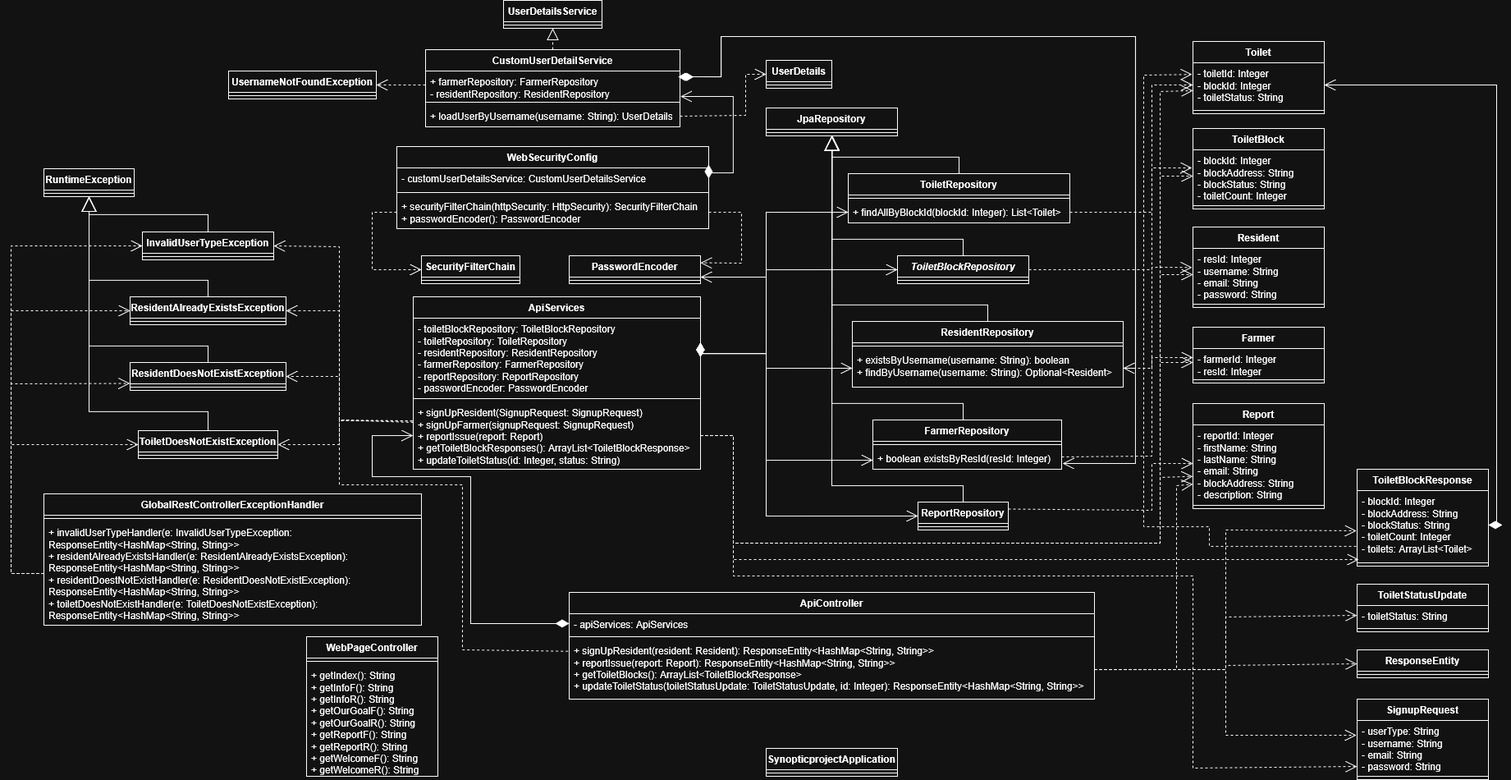
Earlier version of the draw.io export doc/uml/class-diagram.drawio.png (mcttn22/cmp-synoptic-project). Source tidied: cells renumbered, new cells last; positions are measured from the earlier drawing's top-left corner, leaving out a move shared by most shapes.
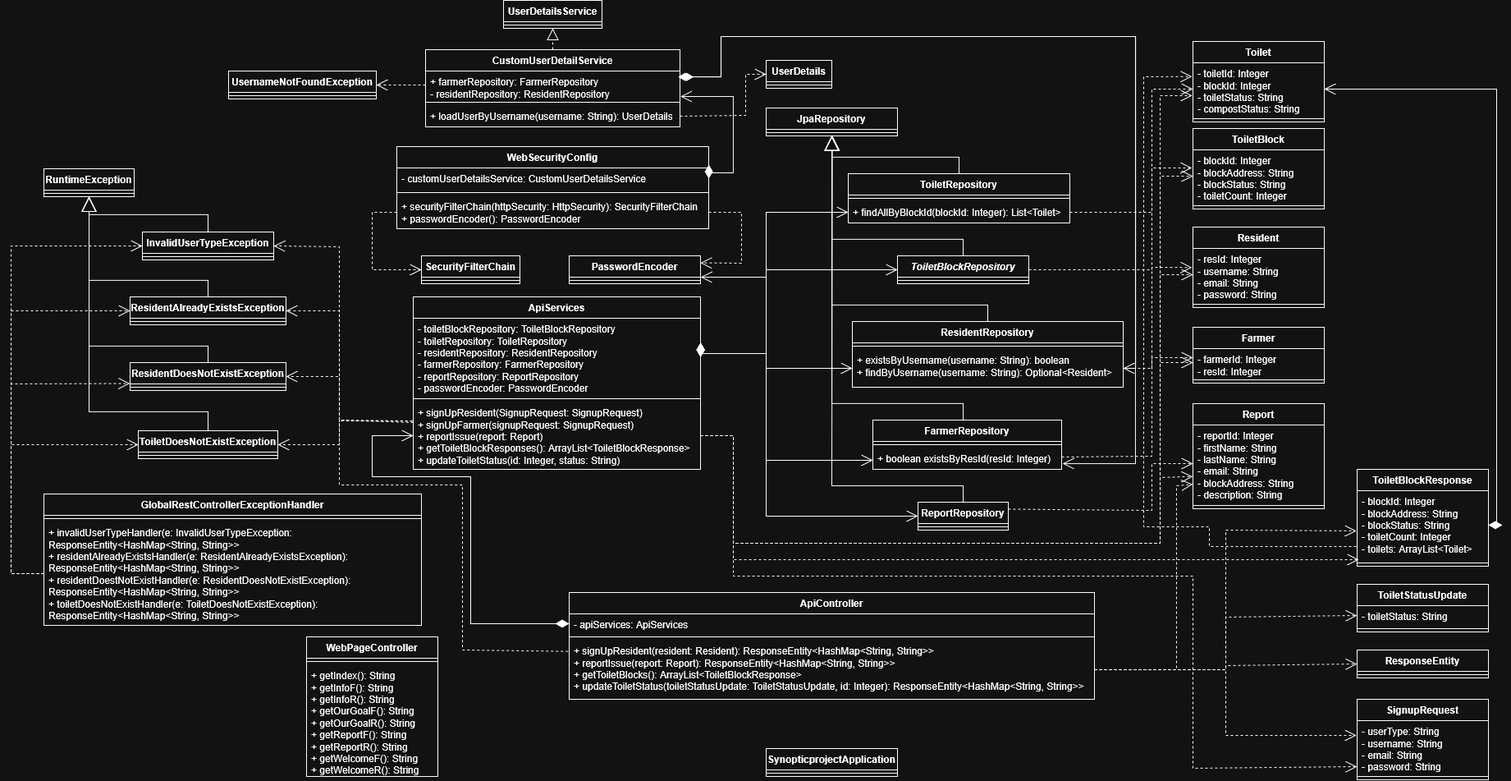
After the commit.

Change to the diagram source:
```diff
@@ -30,13 +30,13 @@
       <mxGeometry y="26" width="160" height="8" as="geometry" />
     </mxCell>
     <mxCell id="11" value="Toilet" style="swimlane;fontStyle=1;align=center;verticalAlign=top;horizontal=1;startSize=26;whiteSpace=wrap;html=1;" parent="1" vertex="1">
-      <mxGeometry x="1440" y="50" width="160" height="88" as="geometry" />
+      <mxGeometry x="1440" y="50" width="160" height="98" as="geometry" />
     </mxCell>
-    <mxCell id="12" value="&lt;div&gt;- toiletId: Integer&lt;/div&gt;&lt;div&gt;- blockId: Integer&lt;/div&gt;&lt;div&gt;- toiletStatus: String&lt;/div&gt;" style="text;strokeColor=none;fillColor=none;align=left;verticalAlign=top;spacingLeft=4;spacingRight=4;overflow=hidden;points=[[0,0.5],[1,0.5]];portConstraint=eastwest;whiteSpace=wrap;html=1;" parent="11" vertex="1">
-      <mxGeometry y="26" width="160" height="54" as="geometry" />
+    <mxCell id="12" value="&lt;div&gt;- toiletId: Integer&lt;/div&gt;&lt;div&gt;- blockId: Integer&lt;/div&gt;&lt;div&gt;- toiletStatus: String&lt;/div&gt;&lt;div&gt;- compostStatus: String&lt;/div&gt;" style="text;strokeColor=none;fillColor=none;align=left;verticalAlign=top;spacingLeft=4;spacingRight=4;overflow=hidden;points=[[0,0.5],[1,0.5]];portConstraint=eastwest;whiteSpace=wrap;html=1;" parent="11" vertex="1">
+      <mxGeometry y="26" width="160" height="64" as="geometry" />
     </mxCell>
     <mxCell id="13" style="line;strokeWidth=1;fillColor=none;align=left;verticalAlign=middle;spacingTop=-1;spacingLeft=3;spacingRight=3;labelPosition=right;strokeColor=inherit;" parent="11" vertex="1">
-      <mxGeometry y="80" width="160" height="8" as="geometry" />
+      <mxGeometry y="90" width="160" height="8" as="geometry" />
     </mxCell>
     <mxCell id="14" value="ToiletBlock" style="swimlane;fontStyle=1;align=center;verticalAlign=top;horizontal=1;startSize=26;whiteSpace=wrap;html=1;" parent="1" vertex="1">
       <mxGeometry x="1440" y="156" width="160" height="98" as="geometry" />
@@ -158,7 +158,7 @@
       <mxGeometry relative="1" as="geometry">
         <Array as="points">
           <mxPoint x="1390" y="258" />
-          <mxPoint x="1390" y="103" />
+          <mxPoint x="1390" y="108" />
         </Array>
       </mxGeometry>
     </mxCell>
@@ -317,7 +317,7 @@
           <mxPoint x="1460" y="641" />
           <mxPoint x="1380" y="641" />
           <mxPoint x="1380" y="451" />
-          <mxPoint x="1380" y="91" />
+          <mxPoint x="1380" y="93" />
         </Array>
       </mxGeometry>
     </mxCell>
@@ -662,14 +662,13 @@
         </Array>
       </mxGeometry>
     </mxCell>
-    <mxCell id="134" style="endArrow=open;endSize=12;dashed=1;html=1;rounded=0;exitX=1;exitY=0.5;exitDx=0;exitDy=0;" parent="1" edge="1" source="40">
+    <mxCell id="134" style="endArrow=open;endSize=12;dashed=1;html=1;rounded=0;exitX=1;exitY=0.5;exitDx=0;exitDy=0;entryX=-0.005;entryY=0.625;entryDx=0;entryDy=0;entryPerimeter=0;" parent="1" edge="1" source="40" target="12">
       <mxGeometry relative="1" as="geometry">
-        <mxPoint x="1440" y="110" as="targetPoint" />
         <Array as="points">
           <mxPoint x="880" y="530" />
           <mxPoint x="880" y="661" />
           <mxPoint x="1400" y="661" />
-          <mxPoint x="1400" y="111" />
+          <mxPoint x="1400" y="116" />
         </Array>
       </mxGeometry>
     </mxCell>
```
